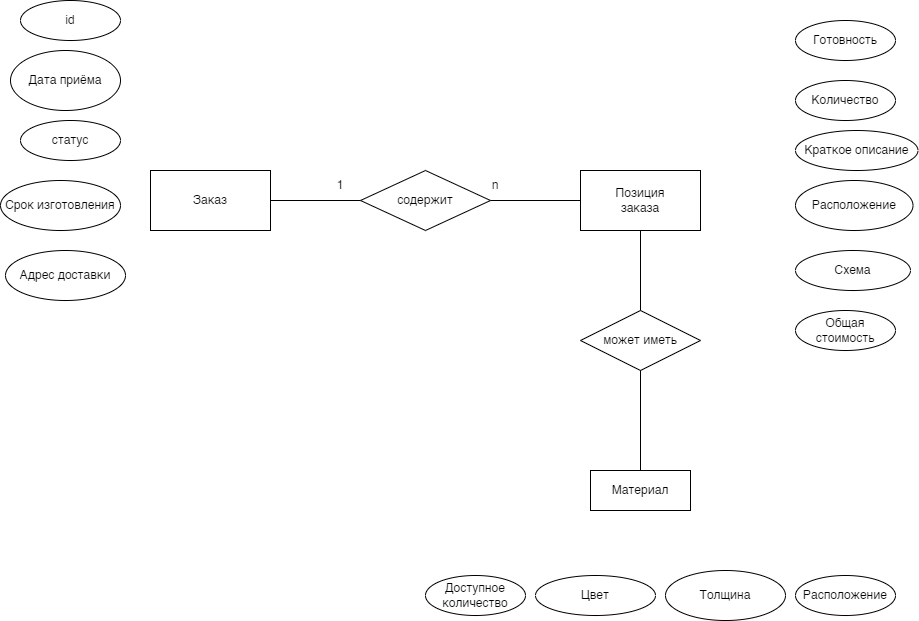
The draw.io diagram img/er.png in Jaycobe/bmstu-ppo, before a commit. Source tidied: cells renumbered, new cells last; positions are measured from the earlier drawing's top-left corner, leaving out a move shared by most shapes. Its diagram source:
```xml
<mxGraphModel>
  <root>
    <mxCell id="0" />
    <mxCell id="1" parent="0" />
    <mxCell id="2" value="Заказ" style="rounded=0;whiteSpace=wrap;html=1;" parent="1" vertex="1">
      <mxGeometry x="150" y="170" width="120" height="60" as="geometry" />
    </mxCell>
    <mxCell id="3" value="Позиция&lt;br&gt;заказа" style="rounded=0;whiteSpace=wrap;html=1;" parent="1" vertex="1">
      <mxGeometry x="580" y="170" width="120" height="60" as="geometry" />
    </mxCell>
    <mxCell id="4" value="Цвет" style="ellipse;whiteSpace=wrap;html=1;" parent="1" vertex="1">
      <mxGeometry x="535" y="575" width="120" height="40" as="geometry" />
    </mxCell>
    <mxCell id="5" value="Толщина" style="ellipse;whiteSpace=wrap;html=1;" parent="1" vertex="1">
      <mxGeometry x="665" y="570" width="120" height="50" as="geometry" />
    </mxCell>
    <mxCell id="6" value="Схема" style="ellipse;whiteSpace=wrap;html=1;" parent="1" vertex="1">
      <mxGeometry x="795" y="250" width="115" height="40" as="geometry" />
    </mxCell>
    <mxCell id="7" value="содержит" style="rhombus;whiteSpace=wrap;html=1;" parent="1" vertex="1">
      <mxGeometry x="360" y="170" width="130" height="60" as="geometry" />
    </mxCell>
    <mxCell id="8" value="Расположение" style="ellipse;whiteSpace=wrap;html=1;align=center;" parent="1" vertex="1">
      <mxGeometry x="795" y="180" width="117.5" height="50" as="geometry" />
    </mxCell>
    <mxCell id="9" value="Краткое описание" style="ellipse;whiteSpace=wrap;html=1;" parent="1" vertex="1">
      <mxGeometry x="795" y="130" width="122.5" height="40" as="geometry" />
    </mxCell>
    <mxCell id="10" value="Готовность" style="ellipse;whiteSpace=wrap;html=1;align=center;" parent="1" vertex="1">
      <mxGeometry x="795" y="20" width="100" height="40" as="geometry" />
    </mxCell>
    <mxCell id="11" value="Количество" style="ellipse;whiteSpace=wrap;html=1;align=center;" parent="1" vertex="1">
      <mxGeometry x="795" y="80" width="100" height="40" as="geometry" />
    </mxCell>
    <mxCell id="12" value="Материал" style="whiteSpace=wrap;html=1;align=center;" parent="1" vertex="1">
      <mxGeometry x="590" y="470" width="100" height="40" as="geometry" />
    </mxCell>
    <mxCell id="13" value="статус" style="ellipse;whiteSpace=wrap;html=1;align=center;" parent="1" vertex="1">
      <mxGeometry x="20" y="120" width="100" height="40" as="geometry" />
    </mxCell>
    <mxCell id="14" value="Дата приёма" style="ellipse;whiteSpace=wrap;html=1;align=center;" parent="1" vertex="1">
      <mxGeometry x="10" y="50" width="110" height="60" as="geometry" />
    </mxCell>
    <mxCell id="15" value="Срок изготовления" style="ellipse;whiteSpace=wrap;html=1;align=center;" parent="1" vertex="1">
      <mxGeometry y="180" width="120" height="50" as="geometry" />
    </mxCell>
    <mxCell id="16" value="Общая стоимость" style="ellipse;whiteSpace=wrap;html=1;align=center;" parent="1" vertex="1">
      <mxGeometry x="795" y="310" width="100" height="40" as="geometry" />
    </mxCell>
    <mxCell id="17" value="Расположение" style="ellipse;whiteSpace=wrap;html=1;align=center;" parent="1" vertex="1">
      <mxGeometry x="795" y="575" width="100" height="40" as="geometry" />
    </mxCell>
    <mxCell id="18" value="Доступное количество" style="ellipse;whiteSpace=wrap;html=1;align=center;" parent="1" vertex="1">
      <mxGeometry x="425" y="575" width="100" height="40" as="geometry" />
    </mxCell>
    <mxCell id="19" value="Адрес доставки" style="ellipse;whiteSpace=wrap;html=1;align=center;" parent="1" vertex="1">
      <mxGeometry x="5" y="250" width="120" height="50" as="geometry" />
    </mxCell>
    <mxCell id="20" value="может иметь" style="shape=rhombus;perimeter=rhombusPerimeter;whiteSpace=wrap;html=1;align=center;" parent="1" vertex="1">
      <mxGeometry x="580" y="310" width="120" height="60" as="geometry" />
    </mxCell>
    <mxCell id="21" style="endArrow=none;html=1;rounded=0;entryX=0.5;entryY=1;entryDx=0;entryDy=0;exitX=0.5;exitY=0;exitDx=0;exitDy=0;" parent="1" edge="1" source="12" target="20">
      <mxGeometry relative="1" as="geometry" />
    </mxCell>
    <mxCell id="22" style="endArrow=none;html=1;rounded=0;entryX=0.5;entryY=1;entryDx=0;entryDy=0;exitX=0.5;exitY=0;exitDx=0;exitDy=0;" parent="1" edge="1" source="20" target="3">
      <mxGeometry relative="1" as="geometry" />
    </mxCell>
    <mxCell id="23" style="endArrow=none;html=1;rounded=0;exitX=1;exitY=0.5;exitDx=0;exitDy=0;entryX=0;entryY=0.5;entryDx=0;entryDy=0;" parent="1" edge="1" source="7" target="3">
      <mxGeometry relative="1" as="geometry" />
    </mxCell>
    <mxCell id="24" style="endArrow=none;html=1;rounded=0;exitX=1;exitY=0.5;exitDx=0;exitDy=0;entryX=0;entryY=0.5;entryDx=0;entryDy=0;" parent="1" edge="1" source="2" target="7">
      <mxGeometry relative="1" as="geometry" />
    </mxCell>
    <mxCell id="25" value="1" style="text;html=1;strokeColor=none;fillColor=none;align=center;verticalAlign=middle;whiteSpace=wrap;rounded=0;" parent="1" vertex="1">
      <mxGeometry x="310" y="170" width="60" height="30" as="geometry" />
    </mxCell>
    <mxCell id="26" value="n" style="text;html=1;strokeColor=none;fillColor=none;align=center;verticalAlign=middle;whiteSpace=wrap;rounded=0;" parent="1" vertex="1">
      <mxGeometry x="465" y="170" width="60" height="30" as="geometry" />
    </mxCell>
    <mxCell id="27" value="id" style="ellipse;whiteSpace=wrap;html=1;align=center;" parent="1" vertex="1">
      <mxGeometry x="20" width="100" height="40" as="geometry" />
    </mxCell>
  </root>
</mxGraphModel>
```
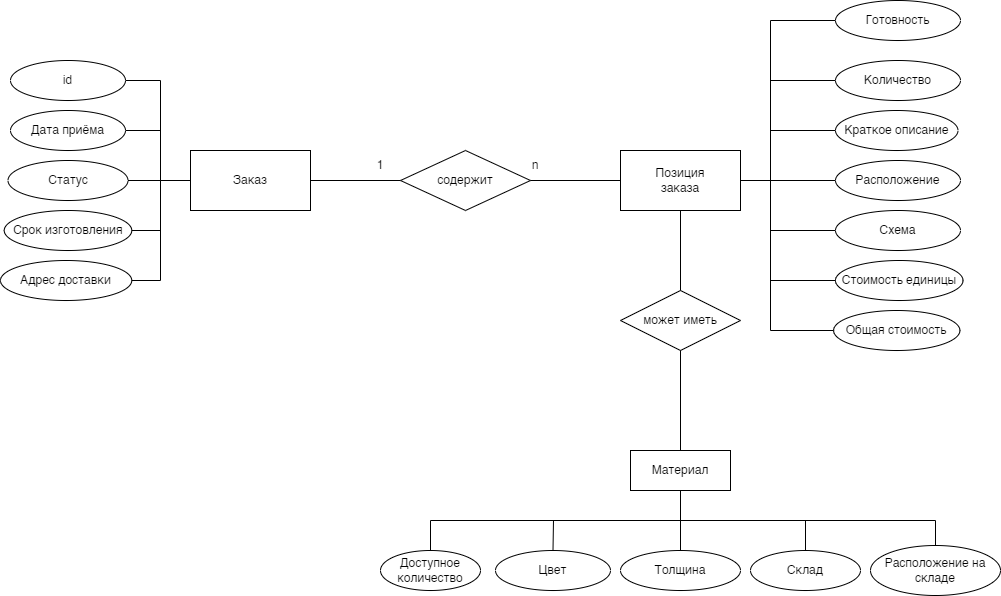
The same file after the commit.

Change to the diagram source:
```diff
@@ -9,52 +9,52 @@
       <mxGeometry x="580" y="170" width="120" height="60" as="geometry" />
     </mxCell>
     <mxCell id="4" value="Цвет" style="ellipse;whiteSpace=wrap;html=1;" parent="1" vertex="1">
-      <mxGeometry x="535" y="575" width="120" height="40" as="geometry" />
+      <mxGeometry x="455" y="570" width="115" height="40" as="geometry" />
     </mxCell>
     <mxCell id="5" value="Толщина" style="ellipse;whiteSpace=wrap;html=1;" parent="1" vertex="1">
-      <mxGeometry x="665" y="570" width="120" height="50" as="geometry" />
+      <mxGeometry x="580" y="570" width="120" height="40" as="geometry" />
     </mxCell>
     <mxCell id="6" value="Схема" style="ellipse;whiteSpace=wrap;html=1;" parent="1" vertex="1">
-      <mxGeometry x="795" y="250" width="115" height="40" as="geometry" />
+      <mxGeometry x="795" y="230" width="125" height="40" as="geometry" />
     </mxCell>
     <mxCell id="7" value="содержит" style="rhombus;whiteSpace=wrap;html=1;" parent="1" vertex="1">
       <mxGeometry x="360" y="170" width="130" height="60" as="geometry" />
     </mxCell>
     <mxCell id="8" value="Расположение" style="ellipse;whiteSpace=wrap;html=1;align=center;" parent="1" vertex="1">
-      <mxGeometry x="795" y="180" width="117.5" height="50" as="geometry" />
+      <mxGeometry x="795" y="180" width="125" height="40" as="geometry" />
     </mxCell>
     <mxCell id="9" value="Краткое описание" style="ellipse;whiteSpace=wrap;html=1;" parent="1" vertex="1">
       <mxGeometry x="795" y="130" width="122.5" height="40" as="geometry" />
     </mxCell>
     <mxCell id="10" value="Готовность" style="ellipse;whiteSpace=wrap;html=1;align=center;" parent="1" vertex="1">
-      <mxGeometry x="795" y="20" width="100" height="40" as="geometry" />
+      <mxGeometry x="795" y="20" width="125" height="40" as="geometry" />
     </mxCell>
     <mxCell id="11" value="Количество" style="ellipse;whiteSpace=wrap;html=1;align=center;" parent="1" vertex="1">
-      <mxGeometry x="795" y="80" width="100" height="40" as="geometry" />
+      <mxGeometry x="795" y="80" width="125" height="40" as="geometry" />
     </mxCell>
     <mxCell id="12" value="Материал" style="whiteSpace=wrap;html=1;align=center;" parent="1" vertex="1">
       <mxGeometry x="590" y="470" width="100" height="40" as="geometry" />
     </mxCell>
-    <mxCell id="13" value="статус" style="ellipse;whiteSpace=wrap;html=1;align=center;" parent="1" vertex="1">
-      <mxGeometry x="20" y="120" width="100" height="40" as="geometry" />
+    <mxCell id="13" value="Cтатус" style="ellipse;whiteSpace=wrap;html=1;align=center;" parent="1" vertex="1">
+      <mxGeometry x="-32.5" y="180" width="120" height="40" as="geometry" />
     </mxCell>
     <mxCell id="14" value="Дата приёма" style="ellipse;whiteSpace=wrap;html=1;align=center;" parent="1" vertex="1">
-      <mxGeometry x="10" y="50" width="110" height="60" as="geometry" />
+      <mxGeometry x="-30" y="130" width="115" height="40" as="geometry" />
     </mxCell>
     <mxCell id="15" value="Срок изготовления" style="ellipse;whiteSpace=wrap;html=1;align=center;" parent="1" vertex="1">
-      <mxGeometry y="180" width="120" height="50" as="geometry" />
+      <mxGeometry x="-36.2" y="230" width="127.5" height="40" as="geometry" />
     </mxCell>
-    <mxCell id="16" value="Общая стоимость" style="ellipse;whiteSpace=wrap;html=1;align=center;" parent="1" vertex="1">
-      <mxGeometry x="795" y="310" width="100" height="40" as="geometry" />
+    <mxCell id="16" value="Стоимость единицы" style="ellipse;whiteSpace=wrap;html=1;align=center;" parent="1" vertex="1">
+      <mxGeometry x="795" y="280" width="127.5" height="40" as="geometry" />
     </mxCell>
-    <mxCell id="17" value="Расположение" style="ellipse;whiteSpace=wrap;html=1;align=center;" parent="1" vertex="1">
-      <mxGeometry x="795" y="575" width="100" height="40" as="geometry" />
+    <mxCell id="17" value="Склад" style="ellipse;whiteSpace=wrap;html=1;align=center;" parent="1" vertex="1">
+      <mxGeometry x="710" y="570" width="110" height="40" as="geometry" />
     </mxCell>
     <mxCell id="18" value="Доступное количество" style="ellipse;whiteSpace=wrap;html=1;align=center;" parent="1" vertex="1">
-      <mxGeometry x="425" y="575" width="100" height="40" as="geometry" />
+      <mxGeometry x="340" y="570" width="100" height="40" as="geometry" />
     </mxCell>
     <mxCell id="19" value="Адрес доставки" style="ellipse;whiteSpace=wrap;html=1;align=center;" parent="1" vertex="1">
-      <mxGeometry x="5" y="250" width="120" height="50" as="geometry" />
+      <mxGeometry x="-40" y="280" width="131.2" height="40" as="geometry" />
     </mxCell>
     <mxCell id="20" value="может иметь" style="shape=rhombus;perimeter=rhombusPerimeter;whiteSpace=wrap;html=1;align=center;" parent="1" vertex="1">
       <mxGeometry x="580" y="310" width="120" height="60" as="geometry" />
@@ -78,7 +78,115 @@
       <mxGeometry x="465" y="170" width="60" height="30" as="geometry" />
     </mxCell>
     <mxCell id="27" value="id" style="ellipse;whiteSpace=wrap;html=1;align=center;" parent="1" vertex="1">
-      <mxGeometry x="20" width="100" height="40" as="geometry" />
+      <mxGeometry x="-30" y="80" width="115" height="40" as="geometry" />
     </mxCell>
+    <mxCell id="28" value="Общая стоимость" style="ellipse;whiteSpace=wrap;html=1;align=center;" parent="1" vertex="1">
+      <mxGeometry x="793.1" y="330" width="126.2" height="40" as="geometry" />
+    </mxCell>
+    <mxCell id="29" value="Расположение на складе" style="ellipse;whiteSpace=wrap;html=1;" parent="1" vertex="1">
+      <mxGeometry x="830" y="565" width="130" height="50" as="geometry" />
+    </mxCell>
+    <mxCell id="30" style="endArrow=none;html=1;rounded=0;exitX=1;exitY=0.5;exitDx=0;exitDy=0;entryX=0;entryY=0.5;entryDx=0;entryDy=0;" parent="1" edge="1" source="27" target="2">
+      <mxGeometry relative="1" as="geometry">
+        <Array as="points">
+          <mxPoint x="120" y="100" />
+          <mxPoint x="120" y="200" />
+        </Array>
+      </mxGeometry>
+    </mxCell>
+    <mxCell id="31" style="endArrow=none;html=1;rounded=0;exitX=1;exitY=0.5;exitDx=0;exitDy=0;" parent="1" edge="1" source="14">
+      <mxGeometry relative="1" as="geometry">
+        <mxPoint x="120" y="200" as="targetPoint" />
+        <Array as="points">
+          <mxPoint x="120" y="150" />
+        </Array>
+      </mxGeometry>
+    </mxCell>
+    <mxCell id="32" style="endArrow=none;html=1;rounded=0;entryX=1;entryY=0.5;entryDx=0;entryDy=0;" parent="1" edge="1" target="19">
+      <mxGeometry relative="1" as="geometry">
+        <mxPoint x="120" y="200" as="sourcePoint" />
+        <Array as="points">
+          <mxPoint x="120" y="300" />
+        </Array>
+      </mxGeometry>
+    </mxCell>
+    <mxCell id="33" style="endArrow=none;html=1;rounded=0;exitX=1;exitY=0.5;exitDx=0;exitDy=0;" parent="1" edge="1" source="15">
+      <mxGeometry relative="1" as="geometry">
+        <mxPoint x="120" y="250" as="targetPoint" />
+      </mxGeometry>
+    </mxCell>
+    <mxCell id="34" style="endArrow=none;html=1;rounded=0;exitX=1;exitY=0.5;exitDx=0;exitDy=0;" parent="1" edge="1" source="13">
+      <mxGeometry relative="1" as="geometry">
+        <mxPoint x="120" y="200" as="targetPoint" />
+      </mxGeometry>
+    </mxCell>
+    <mxCell id="35" style="endArrow=none;html=1;rounded=0;exitX=0;exitY=0.5;exitDx=0;exitDy=0;entryX=1;entryY=0.5;entryDx=0;entryDy=0;" parent="1" edge="1" source="10" target="3">
+      <mxGeometry relative="1" as="geometry">
+        <Array as="points">
+          <mxPoint x="730" y="40" />
+          <mxPoint x="730" y="200" />
+        </Array>
+      </mxGeometry>
+    </mxCell>
+    <mxCell id="36" style="endArrow=none;html=1;rounded=0;entryX=0;entryY=0.5;entryDx=0;entryDy=0;exitX=1;exitY=0.5;exitDx=0;exitDy=0;" parent="1" edge="1" source="3" target="8">
+      <mxGeometry relative="1" as="geometry" />
+    </mxCell>
+    <mxCell id="37" style="endArrow=none;html=1;rounded=0;entryX=0;entryY=0.5;entryDx=0;entryDy=0;" parent="1" edge="1" target="28">
+      <mxGeometry relative="1" as="geometry">
+        <mxPoint x="730" y="200" as="sourcePoint" />
+        <Array as="points">
+          <mxPoint x="730" y="350" />
+        </Array>
+      </mxGeometry>
+    </mxCell>
+    <mxCell id="38" style="endArrow=none;html=1;rounded=0;exitX=0;exitY=0.5;exitDx=0;exitDy=0;" parent="1" edge="1" source="16">
+      <mxGeometry relative="1" as="geometry">
+        <mxPoint x="730" y="300" as="targetPoint" />
+      </mxGeometry>
+    </mxCell>
+    <mxCell id="39" style="endArrow=none;html=1;rounded=0;entryX=0;entryY=0.5;entryDx=0;entryDy=0;" parent="1" edge="1" target="6">
+      <mxGeometry relative="1" as="geometry">
+        <mxPoint x="730" y="250" as="sourcePoint" />
+      </mxGeometry>
+    </mxCell>
+    <mxCell id="40" style="endArrow=none;html=1;rounded=0;entryX=0;entryY=0.5;entryDx=0;entryDy=0;" parent="1" edge="1" target="9">
+      <mxGeometry relative="1" as="geometry">
+        <mxPoint x="730" y="150" as="sourcePoint" />
+      </mxGeometry>
+    </mxCell>
+    <mxCell id="41" style="endArrow=none;html=1;rounded=0;exitX=0;exitY=0.5;exitDx=0;exitDy=0;" parent="1" edge="1" source="11">
+      <mxGeometry relative="1" as="geometry">
+        <mxPoint x="730" y="100" as="targetPoint" />
+      </mxGeometry>
+    </mxCell>
+    <mxCell id="42" style="endArrow=none;html=1;rounded=0;exitX=0.5;exitY=1;exitDx=0;exitDy=0;entryX=0.5;entryY=0;entryDx=0;entryDy=0;" parent="1" edge="1" source="12" target="5">
+      <mxGeometry relative="1" as="geometry" />
+    </mxCell>
+    <mxCell id="43" style="endArrow=none;html=1;rounded=0;exitX=0.5;exitY=0;exitDx=0;exitDy=0;" parent="1" edge="1" source="18">
+      <mxGeometry relative="1" as="geometry">
+        <mxPoint x="640" y="540" as="targetPoint" />
+        <Array as="points">
+          <mxPoint x="390" y="540" />
+        </Array>
+      </mxGeometry>
+    </mxCell>
+    <mxCell id="44" style="endArrow=none;html=1;rounded=0;entryX=0.5;entryY=0;entryDx=0;entryDy=0;" parent="1" edge="1" target="4">
+      <mxGeometry relative="1" as="geometry">
+        <mxPoint x="513" y="540" as="sourcePoint" />
+      </mxGeometry>
+    </mxCell>
+    <mxCell id="45" style="endArrow=none;html=1;rounded=0;entryX=0.5;entryY=0;entryDx=0;entryDy=0;" parent="1" edge="1" target="29">
+      <mxGeometry relative="1" as="geometry">
+        <mxPoint x="640" y="540" as="sourcePoint" />
+        <Array as="points">
+          <mxPoint x="895" y="540" />
+        </Array>
+      </mxGeometry>
+    </mxCell>
+    <mxCell id="46" style="endArrow=none;html=1;rounded=0;exitX=0.5;exitY=0;exitDx=0;exitDy=0;" parent="1" edge="1" source="17">
+      <mxGeometry relative="1" as="geometry">
+        <mxPoint x="765" y="540" as="targetPoint" />
+      </mxGeometry>
+    </mxCell>
   </root>
 </mxGraphModel>
```
